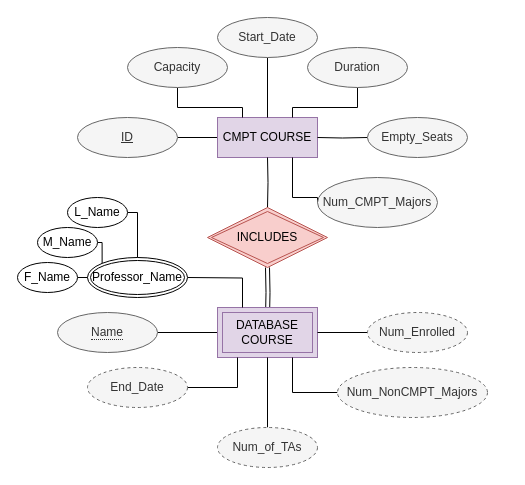
Above: err/Untitled Diagram.drawio in Alex0Blackwell/ERR (draw.io), before the change. Source tidied: cells renumbered, new cells numbered last; positions are measured from the earlier drawing's top-left corner, leaving out a move shared by most shapes. Both pictures are drawn from the tidied source at 100%, with x=0, y=0 at pixel (17, 17).
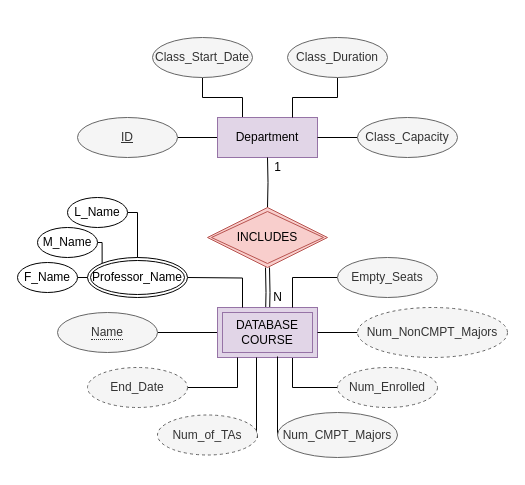
After the change.

Commit message:
Update ripple1 to department

The change refers to these unchanged cells:
```xml
<mxCell id="14" value="DATABASE COURSE" style="shape=ext;margin=3;double=1;whiteSpace=wrap;html=1;align=center;fillColor=#e1d5e7;strokeColor=#9673a6;" parent="1" vertex="1">
  <mxGeometry x="200" y="290" width="100" height="50" as="geometry" />
</mxCell>
```

The edit, as a diff of the source:
```diff
@@
+    <mxCell id="37" style="edgeStyle=orthogonalEdgeStyle;rounded=0;jettySize=auto;html=1;exitX=0.25;exitY=0;exitDx=0;exitDy=0;entryX=0.5;entryY=1;entryDx=0;entryDy=0;endArrow=none;endFill=0;" parent="1" edge="1" source="5" target="11">
+      <mxGeometry relative="1" as="geometry" />
+    </mxCell>
-    <mxCell id="5" value="CMPT COURSE" style="whiteSpace=wrap;html=1;align=center;fillColor=#e1d5e7;strokeColor=#9673a6;" parent="1" vertex="1">
+    <mxCell id="5" value="Department" style="whiteSpace=wrap;html=1;align=center;fillColor=#e1d5e7;strokeColor=#9673a6;" parent="1" vertex="1">
       <mxGeometry x="200" y="100" width="100" height="40" as="geometry" />
     </mxCell>
@@
-    <mxCell id="10" style="edgeStyle=orthogonalEdgeStyle;rounded=0;jettySize=auto;html=1;endArrow=none;endFill=0;" parent="1" edge="1" source="11" target="5">
-      <mxGeometry relative="1" as="geometry" />
-    </mxCell>
-    <mxCell id="11" value="Start_Date" style="ellipse;whiteSpace=wrap;html=1;align=center;fillColor=#f5f5f5;strokeColor=#666666;fontColor=#333333;" parent="1" vertex="1">
-      <mxGeometry x="200" width="100" height="40" as="geometry" />
+    <mxCell id="11" value="Class_Start_Date" style="ellipse;whiteSpace=wrap;html=1;align=center;fillColor=#f5f5f5;strokeColor=#666666;fontColor=#333333;" parent="1" vertex="1">
+      <mxGeometry x="135" y="20" width="100" height="40" as="geometry" />
     </mxCell>
@@
-    <mxCell id="13" value="Duration" style="ellipse;whiteSpace=wrap;html=1;align=center;fillColor=#f5f5f5;strokeColor=#666666;fontColor=#333333;" parent="1" vertex="1">
-      <mxGeometry x="290" y="30" width="100" height="40" as="geometry" />
+    <mxCell id="13" value="Class_Duration" style="ellipse;whiteSpace=wrap;html=1;align=center;fillColor=#f5f5f5;strokeColor=#666666;fontColor=#333333;" parent="1" vertex="1">
+      <mxGeometry x="270" y="20" width="100" height="40" as="geometry" />
     </mxCell>
+    <mxCell id="38" style="edgeStyle=orthogonalEdgeStyle;rounded=0;jettySize=auto;html=1;exitX=0.75;exitY=1;exitDx=0;exitDy=0;entryX=0;entryY=0.5;entryDx=0;entryDy=0;endArrow=none;endFill=0;" parent="1" edge="1" source="14" target="22">
+      <mxGeometry relative="1" as="geometry" />
+    </mxCell>
@@
-    <mxCell id="15" style="edgeStyle=orthogonalEdgeStyle;rounded=0;jettySize=auto;html=1;endArrow=none;endFill=0;entryX=1;entryY=0.5;entryDx=0;entryDy=0;" parent="1" edge="1" target="5">
-      <mxGeometry relative="1" as="geometry">
-        <mxPoint x="350" y="120" as="sourcePoint" />
-      </mxGeometry>
-    </mxCell>
+    <mxCell id="39" style="edgeStyle=orthogonalEdgeStyle;rounded=0;jettySize=auto;html=1;entryX=0.75;entryY=0;entryDx=0;entryDy=0;endArrow=none;endFill=0;" parent="1" edge="1" source="16" target="14">
+      <mxGeometry relative="1" as="geometry" />
+    </mxCell>
     <mxCell id="16" value="&lt;div&gt;Empty_Seats&lt;/div&gt;" style="ellipse;whiteSpace=wrap;html=1;align=center;fillColor=#f5f5f5;strokeColor=#666666;fontColor=#333333;" parent="1" vertex="1">
-      <mxGeometry x="350" y="100" width="100" height="40" as="geometry" />
+      <mxGeometry x="320" y="240" width="100" height="40" as="geometry" />
     </mxCell>
-    <mxCell id="17" style="edgeStyle=orthogonalEdgeStyle;rounded=0;jettySize=auto;html=1;entryX=0.25;entryY=0;entryDx=0;entryDy=0;endArrow=none;endFill=0;" parent="1" edge="1" source="18" target="5">
-      <mxGeometry relative="1" as="geometry" />
-    </mxCell>
-    <mxCell id="18" value="Capacity" style="ellipse;whiteSpace=wrap;html=1;align=center;fillColor=#f5f5f5;strokeColor=#666666;fontColor=#333333;" parent="1" vertex="1">
-      <mxGeometry x="110" y="30" width="100" height="40" as="geometry" />
-    </mxCell>
@@
-    <mxCell id="21" style="edgeStyle=orthogonalEdgeStyle;rounded=0;jettySize=auto;html=1;entryX=1;entryY=0.5;entryDx=0;entryDy=0;endArrow=none;endFill=0;" parent="1" edge="1" source="22" target="14">
-      <mxGeometry relative="1" as="geometry" />
-    </mxCell>
     <mxCell id="22" value="Num_Enrolled" style="ellipse;whiteSpace=wrap;html=1;align=center;dashed=1;fillColor=#f5f5f5;strokeColor=#666666;fontColor=#333333;" parent="1" vertex="1">
-      <mxGeometry x="350" y="295" width="100" height="40" as="geometry" />
+      <mxGeometry x="320" y="350" width="100" height="40" as="geometry" />
     </mxCell>
-    <mxCell id="23" style="edgeStyle=orthogonalEdgeStyle;rounded=0;jettySize=auto;html=1;entryX=0.75;entryY=1;entryDx=0;entryDy=0;endArrow=none;endFill=0;" parent="1" edge="1" source="24" target="14">
+    <mxCell id="23" style="edgeStyle=orthogonalEdgeStyle;rounded=0;jettySize=auto;html=1;endArrow=none;endFill=0;" parent="1" edge="1" source="24" target="14">
       <mxGeometry relative="1" as="geometry" />
     </mxCell>
     <mxCell id="24" value="&lt;div&gt;Num_NonCMPT_Majors&lt;/div&gt;" style="ellipse;whiteSpace=wrap;html=1;align=center;dashed=1;fillColor=#f5f5f5;strokeColor=#666666;fontColor=#333333;" parent="1" vertex="1">
-      <mxGeometry x="320" y="350" width="150" height="50" as="geometry" />
+      <mxGeometry x="340" y="290" width="150" height="50" as="geometry" />
     </mxCell>
-    <mxCell id="25" style="edgeStyle=orthogonalEdgeStyle;rounded=0;jettySize=auto;html=1;entryX=0.75;entryY=1;entryDx=0;entryDy=0;endArrow=none;endFill=0;exitX=0;exitY=0.5;exitDx=0;exitDy=0;" parent="1" edge="1" source="26" target="5">
-      <mxGeometry relative="1" as="geometry">
-        <Array as="points">
-          <mxPoint x="275" y="180" />
-        </Array>
-      </mxGeometry>
-    </mxCell>
+    <mxCell id="40" style="edgeStyle=orthogonalEdgeStyle;rounded=0;jettySize=auto;html=1;entryX=0.6;entryY=0.98;entryDx=0;entryDy=0;entryPerimeter=0;endArrow=none;endFill=0;" parent="1" edge="1" source="26" target="14">
+      <mxGeometry relative="1" as="geometry">
+        <Array as="points">
+          <mxPoint x="260" y="420" />
+        </Array>
+      </mxGeometry>
+    </mxCell>
     <mxCell id="26" value="Num_CMPT_Majors" style="ellipse;whiteSpace=wrap;html=1;align=center;fillColor=#f5f5f5;strokeColor=#666666;fontColor=#333333;" parent="1" vertex="1">
-      <mxGeometry x="300" y="160" width="120" height="50" as="geometry" />
+      <mxGeometry x="260" y="395" width="120" height="45" as="geometry" />
     </mxCell>
-    <mxCell id="27" style="edgeStyle=orthogonalEdgeStyle;rounded=0;jettySize=auto;html=1;exitX=0.5;exitY=0;exitDx=0;exitDy=0;entryX=0.5;entryY=1;entryDx=0;entryDy=0;endArrow=none;endFill=0;" parent="1" edge="1" source="28" target="14">
-      <mxGeometry relative="1" as="geometry" />
+    <mxCell id="27" style="edgeStyle=orthogonalEdgeStyle;rounded=0;jettySize=auto;html=1;exitX=1;exitY=0.5;exitDx=0;exitDy=0;endArrow=none;endFill=0;" parent="1" edge="1" source="28" target="14">
+      <mxGeometry relative="1" as="geometry">
+        <Array as="points">
+          <mxPoint x="239" y="420" />
+        </Array>
+      </mxGeometry>
     </mxCell>
     <mxCell id="28" value="Num_of_TAs" style="ellipse;whiteSpace=wrap;html=1;align=center;dashed=1;fillColor=#f5f5f5;strokeColor=#666666;fontColor=#333333;" parent="1" vertex="1">
-      <mxGeometry x="200" y="410" width="100" height="40" as="geometry" />
+      <mxGeometry x="140" y="397.5" width="100" height="40" as="geometry" />
     </mxCell>
@@
+    <mxCell id="41" style="edgeStyle=orthogonalEdgeStyle;rounded=0;jettySize=auto;html=1;endArrow=none;endFill=0;" parent="1" edge="1" source="42" target="5">
+      <mxGeometry relative="1" as="geometry" />
+    </mxCell>
+    <mxCell id="42" value="Class_Capacity" style="ellipse;whiteSpace=wrap;html=1;align=center;fillColor=#f5f5f5;strokeColor=#666666;fontColor=#333333;" parent="1" vertex="1">
+      <mxGeometry x="340" y="100" width="100" height="40" as="geometry" />
+    </mxCell>
+    <mxCell id="43" value="N" style="text;html=1;align=center;verticalAlign=middle;" parent="1" vertex="1">
+      <mxGeometry x="250" y="270" width="20" height="20" as="geometry" />
+    </mxCell>
+    <mxCell id="44" value="1" style="text;html=1;align=center;verticalAlign=middle;" parent="1" vertex="1">
+      <mxGeometry x="250" y="140" width="20" height="20" as="geometry" />
+    </mxCell>
```
